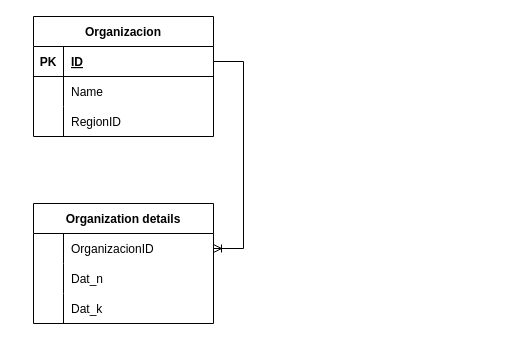
This is bildb.drawio from mr-vic/billing, a draw.io file, before an edit. Source tidied: cells renumbered, new cells numbered last; positions are measured from the earlier drawing's top-left corner, leaving out a move shared by most shapes. Both pictures are drawn from the tidied source at 100%, with x=0, y=0 at pixel (33, 16).
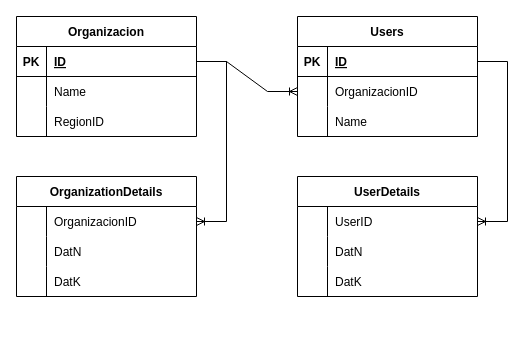
After the change.

Unchanged cells that the change refers to:
```xml
<mxCell id="3" style="shape=tableRow;horizontal=0;startSize=0;swimlaneHead=0;swimlaneBody=0;fillColor=none;points=[[0,0.5],[1,0.5]];portConstraint=eastwest;top=0;left=0;right=0;bottom=1;" parent="2" vertex="1">
  <mxGeometry y="30" width="180" height="30" as="geometry" />
</mxCell>
<mxCell id="16" style="shape=tableRow;horizontal=0;startSize=0;swimlaneHead=0;swimlaneBody=0;fillColor=none;top=0;left=0;right=0;bottom=0;" parent="12" vertex="1">
  <mxGeometry y="60" width="180" height="30" as="geometry" />
</mxCell>
<mxCell id="19" style="shape=tableRow;horizontal=0;startSize=0;swimlaneHead=0;swimlaneBody=0;fillColor=none;top=0;left=0;right=0;bottom=0;" parent="12" vertex="1">
  <mxGeometry y="90" width="180" height="30" as="geometry" />
</mxCell>
```

The edit, as a diff of the source:
```diff
@@
     <mxCell id="2" value="Organizacion" style="shape=table;startSize=30;childLayout=tableLayout;rowLines=0;fontStyle=1;align=center;" parent="1" vertex="1">
-      <mxGeometry width="180" height="120" as="geometry" />
+      <mxGeometry x="-17" width="180" height="120" as="geometry" />
     </mxCell>
@@
-    <mxCell id="12" value="Organization details" style="shape=table;startSize=30;childLayout=tableLayout;rowLines=0;fontStyle=1;align=center;" parent="1" vertex="1">
-      <mxGeometry y="187" width="180" height="120" as="geometry" />
+    <mxCell id="12" value="OrganizationDetails" style="shape=table;startSize=30;childLayout=tableLayout;rowLines=0;fontStyle=1;align=center;" parent="1" vertex="1">
+      <mxGeometry x="-17" y="160" width="180" height="120" as="geometry" />
     </mxCell>
@@
-    <mxCell id="18" value="Dat_n" style="shape=partialRectangle;fillColor=none;top=0;left=0;bottom=0;right=0;align=left;spacingLeft=6;overflow=hidden;" parent="16" vertex="1">
+    <mxCell id="18" value="DatN" style="shape=partialRectangle;fillColor=none;top=0;left=0;bottom=0;right=0;align=left;spacingLeft=6;overflow=hidden;" parent="16" vertex="1">
       <mxGeometry x="30" width="150" height="30" as="geometry" />
     </mxCell>
@@
-    <mxCell id="21" value="Dat_k" style="shape=partialRectangle;fillColor=none;top=0;left=0;bottom=0;right=0;align=left;spacingLeft=6;overflow=hidden;" parent="19" vertex="1">
+    <mxCell id="21" value="DatK" style="shape=partialRectangle;fillColor=none;top=0;left=0;bottom=0;right=0;align=left;spacingLeft=6;overflow=hidden;" parent="19" vertex="1">
       <mxGeometry x="30" width="150" height="30" as="geometry" />
     </mxCell>
@@
+    <mxCell id="23" value="Users" style="shape=table;startSize=30;childLayout=tableLayout;rowLines=0;fontStyle=1;align=center;" parent="1" vertex="1">
+      <mxGeometry x="264" width="180" height="120" as="geometry" />
+    </mxCell>
+    <mxCell id="24" style="shape=tableRow;horizontal=0;startSize=0;swimlaneHead=0;swimlaneBody=0;fillColor=none;points=[[0,0.5],[1,0.5]];portConstraint=eastwest;top=0;left=0;right=0;bottom=1;" parent="23" vertex="1">
+      <mxGeometry y="30" width="180" height="30" as="geometry" />
+    </mxCell>
+    <mxCell id="25" value="PK" style="shape=partialRectangle;fillColor=none;top=0;left=0;bottom=0;right=0;fontStyle=1;overflow=hidden;" parent="24" vertex="1">
+      <mxGeometry width="30" height="30" as="geometry" />
+    </mxCell>
+    <mxCell id="26" value="ID" style="shape=partialRectangle;fillColor=none;top=0;left=0;bottom=0;right=0;align=left;spacingLeft=6;fontStyle=5;overflow=hidden;" parent="24" vertex="1">
+      <mxGeometry x="30" width="150" height="30" as="geometry" />
+    </mxCell>
+    <mxCell id="27" style="shape=tableRow;horizontal=0;startSize=0;swimlaneHead=0;swimlaneBody=0;fillColor=none;points=[[0,0.5],[1,0.5]];portConstraint=eastwest;top=0;left=0;right=0;bottom=0;" parent="23" vertex="1">
+      <mxGeometry y="60" width="180" height="30" as="geometry" />
+    </mxCell>
+    <mxCell id="28" style="shape=partialRectangle;fillColor=none;top=0;left=0;bottom=0;right=0;overflow=hidden;" parent="27" vertex="1">
+      <mxGeometry width="30" height="30" as="geometry" />
+    </mxCell>
+    <mxCell id="29" value="OrganizacionID" style="shape=partialRectangle;fillColor=none;top=0;left=0;bottom=0;right=0;align=left;spacingLeft=6;overflow=hidden;" parent="27" vertex="1">
+      <mxGeometry x="30" width="150" height="30" as="geometry" />
+    </mxCell>
+    <mxCell id="30" style="shape=tableRow;horizontal=0;startSize=0;swimlaneHead=0;swimlaneBody=0;fillColor=none;top=0;left=0;right=0;bottom=0;" parent="23" vertex="1">
+      <mxGeometry y="90" width="180" height="30" as="geometry" />
+    </mxCell>
+    <mxCell id="31" style="shape=partialRectangle;fillColor=none;top=0;left=0;bottom=0;right=0;overflow=hidden;" parent="30" vertex="1">
+      <mxGeometry width="30" height="30" as="geometry" />
+    </mxCell>
+    <mxCell id="32" value="Name" style="shape=partialRectangle;fillColor=none;top=0;left=0;bottom=0;right=0;align=left;spacingLeft=6;overflow=hidden;" parent="30" vertex="1">
+      <mxGeometry x="30" width="150" height="30" as="geometry" />
+    </mxCell>
+    <mxCell id="33" style="edgeStyle=entityRelationEdgeStyle;fontSize=12;html=1;endArrow=ERoneToMany;rounded=0;exitX=1;exitY=0.5;exitDx=0;exitDy=0;entryX=0;entryY=0.5;entryDx=0;entryDy=0;" parent="1" edge="1" source="3" target="27">
+      <mxGeometry relative="1" as="geometry" />
+    </mxCell>
+    <mxCell id="34" value="UserDetails" style="shape=table;startSize=30;childLayout=tableLayout;rowLines=0;fontStyle=1;align=center;" parent="1" vertex="1">
+      <mxGeometry x="264" y="160" width="180" height="120" as="geometry" />
+    </mxCell>
+    <mxCell id="35" style="shape=tableRow;horizontal=0;startSize=0;swimlaneHead=0;swimlaneBody=0;fillColor=none;points=[[0,0.5],[1,0.5]];portConstraint=eastwest;top=0;left=0;right=0;bottom=0;" parent="34" vertex="1">
+      <mxGeometry y="30" width="180" height="30" as="geometry" />
+    </mxCell>
+    <mxCell id="36" style="shape=partialRectangle;fillColor=none;top=0;left=0;bottom=0;right=0;overflow=hidden;" parent="35" vertex="1">
+      <mxGeometry width="30" height="30" as="geometry" />
+    </mxCell>
+    <mxCell id="37" value="UserID" style="shape=partialRectangle;fillColor=none;top=0;left=0;bottom=0;right=0;align=left;spacingLeft=6;overflow=hidden;" parent="35" vertex="1">
+      <mxGeometry x="30" width="150" height="30" as="geometry" />
+    </mxCell>
+    <mxCell id="38" style="shape=tableRow;horizontal=0;startSize=0;swimlaneHead=0;swimlaneBody=0;fillColor=none;top=0;left=0;right=0;bottom=0;" parent="34" vertex="1">
+      <mxGeometry y="60" width="180" height="30" as="geometry" />
+    </mxCell>
+    <mxCell id="39" style="shape=partialRectangle;fillColor=none;top=0;left=0;bottom=0;right=0;overflow=hidden;" parent="38" vertex="1">
+      <mxGeometry width="30" height="30" as="geometry" />
+    </mxCell>
+    <mxCell id="40" value="DatN" style="shape=partialRectangle;fillColor=none;top=0;left=0;bottom=0;right=0;align=left;spacingLeft=6;overflow=hidden;" parent="38" vertex="1">
+      <mxGeometry x="30" width="150" height="30" as="geometry" />
+    </mxCell>
+    <mxCell id="41" style="shape=tableRow;horizontal=0;startSize=0;swimlaneHead=0;swimlaneBody=0;fillColor=none;top=0;left=0;right=0;bottom=0;" parent="34" vertex="1">
+      <mxGeometry y="90" width="180" height="30" as="geometry" />
+    </mxCell>
+    <mxCell id="42" style="shape=partialRectangle;fillColor=none;top=0;left=0;bottom=0;right=0;overflow=hidden;" parent="41" vertex="1">
+      <mxGeometry width="30" height="30" as="geometry" />
+    </mxCell>
+    <mxCell id="43" value="DatK" style="shape=partialRectangle;fillColor=none;top=0;left=0;bottom=0;right=0;align=left;spacingLeft=6;overflow=hidden;" parent="41" vertex="1">
+      <mxGeometry x="30" width="150" height="30" as="geometry" />
+    </mxCell>
+    <mxCell id="44" style="edgeStyle=entityRelationEdgeStyle;fontSize=12;html=1;endArrow=ERoneToMany;rounded=0;exitX=1;exitY=0.5;exitDx=0;exitDy=0;entryX=1;entryY=0.5;entryDx=0;entryDy=0;" parent="1" edge="1" source="24" target="35">
+      <mxGeometry relative="1" as="geometry" />
+    </mxCell>
```
